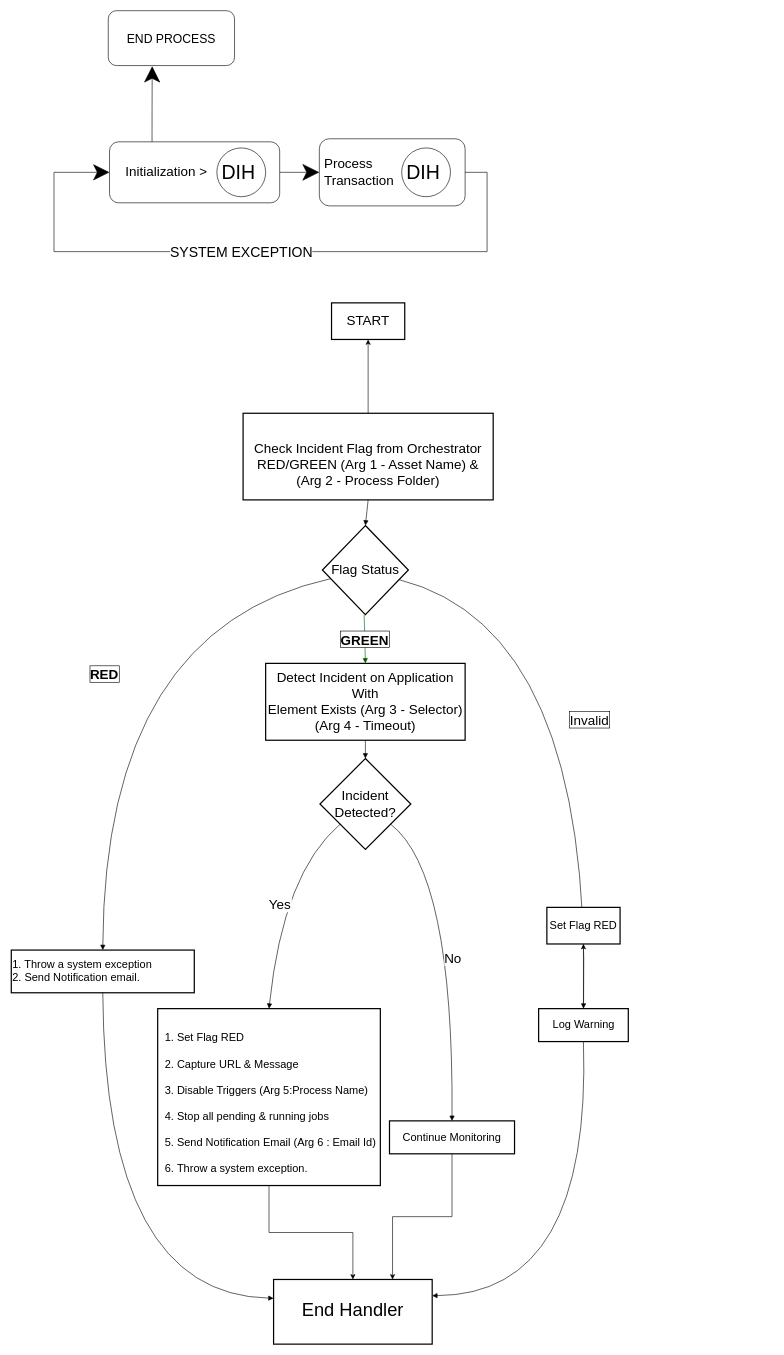
harshitsharmatpg/vault keeps this draw.io diagram as Untitled Diagram.drawio. Above is the earlier version. Source tidied: cells renumbered, new cells numbered last; positions are measured from the earlier drawing's top-left corner, leaving out a move shared by most shapes. Both pictures are drawn from the tidied source at 61%, with x=0, y=0 at pixel (11, 10).
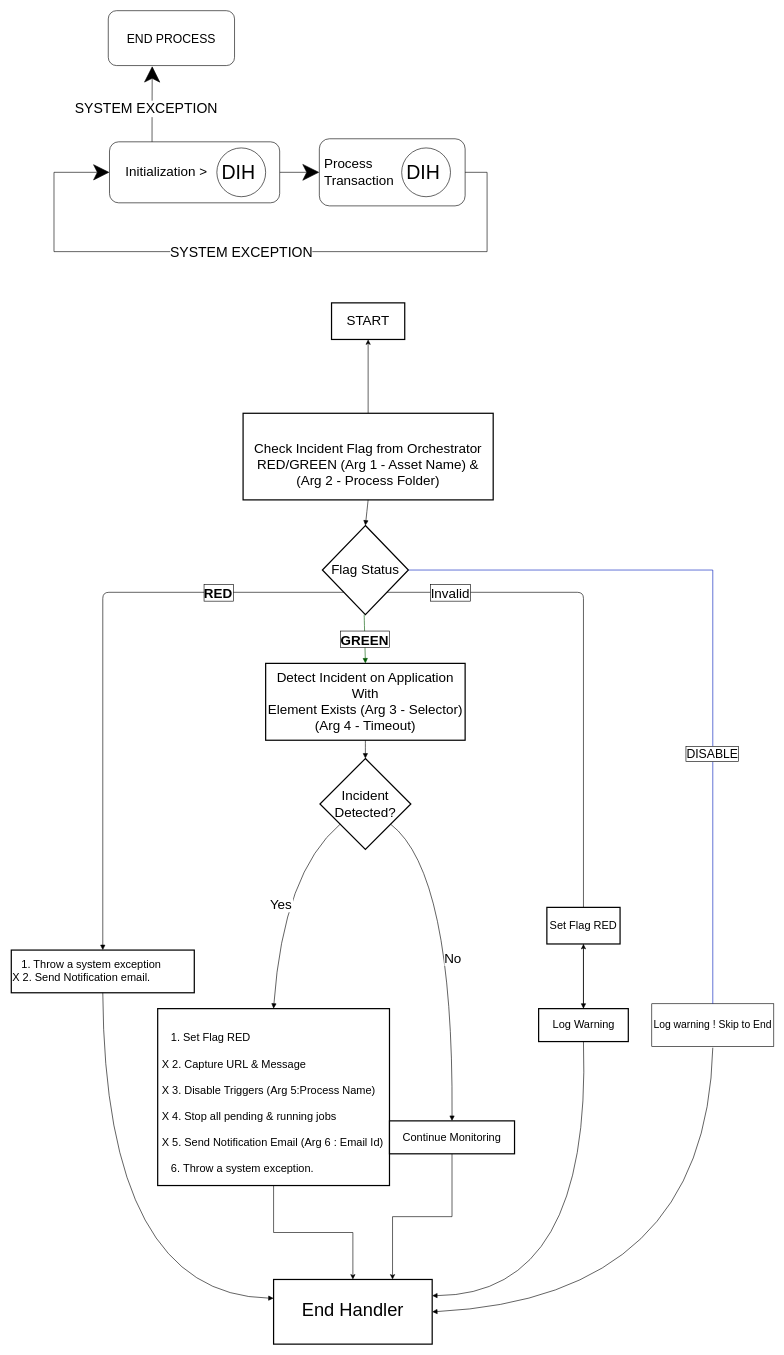
The same diagram, later.

Commit message:
Mar 02 Update : DIH

Unchanged cells that the change refers to:
```xml
<mxCell id="4" value="Flag Status" style="rhombus;strokeWidth=2;whiteSpace=wrap;fontSize=22;" parent="1" vertex="1">
  <mxGeometry x="510" y="844" width="141" height="146" as="geometry" />
</mxCell>
<mxCell id="8" value="Log Warning" style="whiteSpace=wrap;strokeWidth=2;fontSize=18;" parent="1" vertex="1">
  <mxGeometry x="864.5" y="1636" width="147" height="54" as="geometry" />
</mxCell>
<mxCell id="14" value="End Handler&#10;" style="whiteSpace=wrap;strokeWidth=2;fontSize=30;verticalAlign=bottom;" parent="1" vertex="1">
  <mxGeometry x="430" y="2080" width="260" height="106" as="geometry" />
</mxCell>
```

What changed in the source:
```diff
@@
-    <mxCell id="5" value="1. Throw a system exception&#10;2. Send Notification email." style="whiteSpace=wrap;strokeWidth=2;fontSize=18;align=left;" parent="1" vertex="1">
+    <mxCell id="5" value="   1. Throw a system exception&#10;X 2. Send Notification email." style="whiteSpace=wrap;strokeWidth=2;fontSize=18;align=left;" parent="1" vertex="1">
       <mxGeometry y="1540" width="300" height="70" as="geometry" />
     </mxCell>
@@
-    <mxCell id="11" value="&#10;  1. Set Flag RED &#10;    &#10;  2. Capture URL &amp; Message&#10;&#10;  3. Disable Triggers (Arg 5:Process Name)&#10;&#10;  4. Stop all pending &amp; running jobs &#10;&#10;  5. Send Notification Email (Arg 6 : Email Id)&#10;&#10;  6. Throw a system exception." style="whiteSpace=wrap;strokeWidth=2;fontSize=18;align=left;" parent="1" vertex="1">
-      <mxGeometry x="240" y="1636" width="365" height="290" as="geometry" />
+    <mxCell id="11" value="&#10;    1. Set Flag RED &#10;    &#10; X 2. Capture URL &amp; Message&#10;&#10; X 3. Disable Triggers (Arg 5:Process Name)&#10;&#10; X 4. Stop all pending &amp; running jobs &#10;&#10; X 5. Send Notification Email (Arg 6 : Email Id)&#10;&#10;    6. Throw a system exception." style="whiteSpace=wrap;strokeWidth=2;fontSize=18;align=left;" parent="1" vertex="1">
+      <mxGeometry x="240" y="1636" width="380" height="290" as="geometry" />
     </mxCell>
@@
-    <mxCell id="16" value="RED" style="curved=1;startArrow=none;endArrow=block;exitX=0;exitY=0.62;entryX=0.5;entryY=0;fontStyle=1;fontSize=22;strokeColor=light-dark(#000000,#990000);fontColor=light-dark(#000000,#CC0000);labelBorderColor=light-dark(#000000,#FF3333);" parent="1" edge="1" source="4" target="5">
-      <mxGeometry relative="1" as="geometry">
-        <Array as="points">
-          <mxPoint x="153" y="1013" />
-        </Array>
-      </mxGeometry>
+    <mxCell id="16" value="RED" style="startArrow=none;endArrow=block;exitX=0;exitY=1;entryX=0.5;entryY=0;fontStyle=1;fontSize=22;strokeColor=light-dark(#000000,#FF0000);fontColor=light-dark(#000000,#CC0000);labelBorderColor=light-dark(#000000,#FF3333);exitDx=0;exitDy=0;edgeStyle=orthogonalEdgeStyle;" parent="1" edge="1" source="4" target="5">
+      <mxGeometry x="-0.58" relative="1" as="geometry" />
     </mxCell>
@@
-    <mxCell id="18" value="Invalid" style="curved=1;startArrow=none;endArrow=block;exitX=1.01;exitY=0.64;entryX=0.5;entryY=0;fontSize=22;fontColor=light-dark(#000000,#FF8000);labelBorderColor=light-dark(#000000,#FF8000);strokeColor=light-dark(#000000,#FF8000);" parent="1" edge="1" source="4" target="8">
-      <mxGeometry relative="1" as="geometry">
-        <Array as="points">
-          <mxPoint x="951" y="1013" />
-        </Array>
+    <mxCell id="18" value="Invalid" style="startArrow=none;endArrow=block;exitX=1;exitY=1;entryX=0.5;entryY=0;fontSize=22;fontColor=light-dark(#000000,#FF8000);labelBorderColor=light-dark(#000000,#FF8000);strokeColor=light-dark(#000000,#FF8000);exitDx=0;exitDy=0;edgeStyle=orthogonalEdgeStyle;" parent="1" edge="1" source="4" target="8">
+      <mxGeometry x="-0.79" relative="1" as="geometry">
+        <mxPoint x="-1" as="offset" />
       </mxGeometry>
     </mxCell>
@@
+    <mxCell id="35" value="&lt;font style=&quot;font-size: 23px;&quot;&gt;SYSTEM EXCEPTION&lt;/font&gt;" style="edgeLabel;html=1;align=center;verticalAlign=middle;" parent="1" vertex="1">
+      <mxGeometry x="220" y="160" as="geometry" />
+    </mxCell>
+    <mxCell id="36" value="&lt;font style=&quot;font-size: 17px;&quot;&gt;Log warning ! Skip to End&lt;/font&gt;" style="rounded=0;whiteSpace=wrap;html=1;" parent="1" vertex="1">
+      <mxGeometry x="1050" y="1628" width="200" height="70" as="geometry" />
+    </mxCell>
+    <mxCell id="37" style="endArrow=none;html=1;rounded=0;entryX=1;entryY=0.5;entryDx=0;entryDy=0;exitX=0.5;exitY=0;exitDx=0;exitDy=0;edgeStyle=orthogonalEdgeStyle;endFill=0;fillColor=#0050ef;strokeColor=light-dark(#001DBC,#FF66EA);" parent="1" edge="1" source="36" target="4">
+      <mxGeometry relative="1" as="geometry" />
+    </mxCell>
+    <mxCell id="38" value="&lt;font style=&quot;font-size: 20px; color: light-dark(rgb(0, 0, 0), rgb(255, 102, 255));&quot;&gt;DISABLE&lt;/font&gt;" style="edgeLabel;html=1;align=center;verticalAlign=middle;labelBorderColor=light-dark(#000000,#FF00FF);" parent="37" vertex="1">
+      <mxGeometry x="-0.32" y="2" relative="1" as="geometry" />
+    </mxCell>
+    <mxCell id="39" style="curved=1;startArrow=none;endArrow=block;entryX=1;entryY=0.5;entryDx=0;entryDy=0;" parent="1" edge="1" target="14">
+      <mxGeometry relative="1" as="geometry">
+        <mxPoint x="1150" y="1700" as="sourcePoint" />
+        <Array as="points">
+          <mxPoint x="1140" y="2110" />
+        </Array>
+      </mxGeometry>
+    </mxCell>
```
